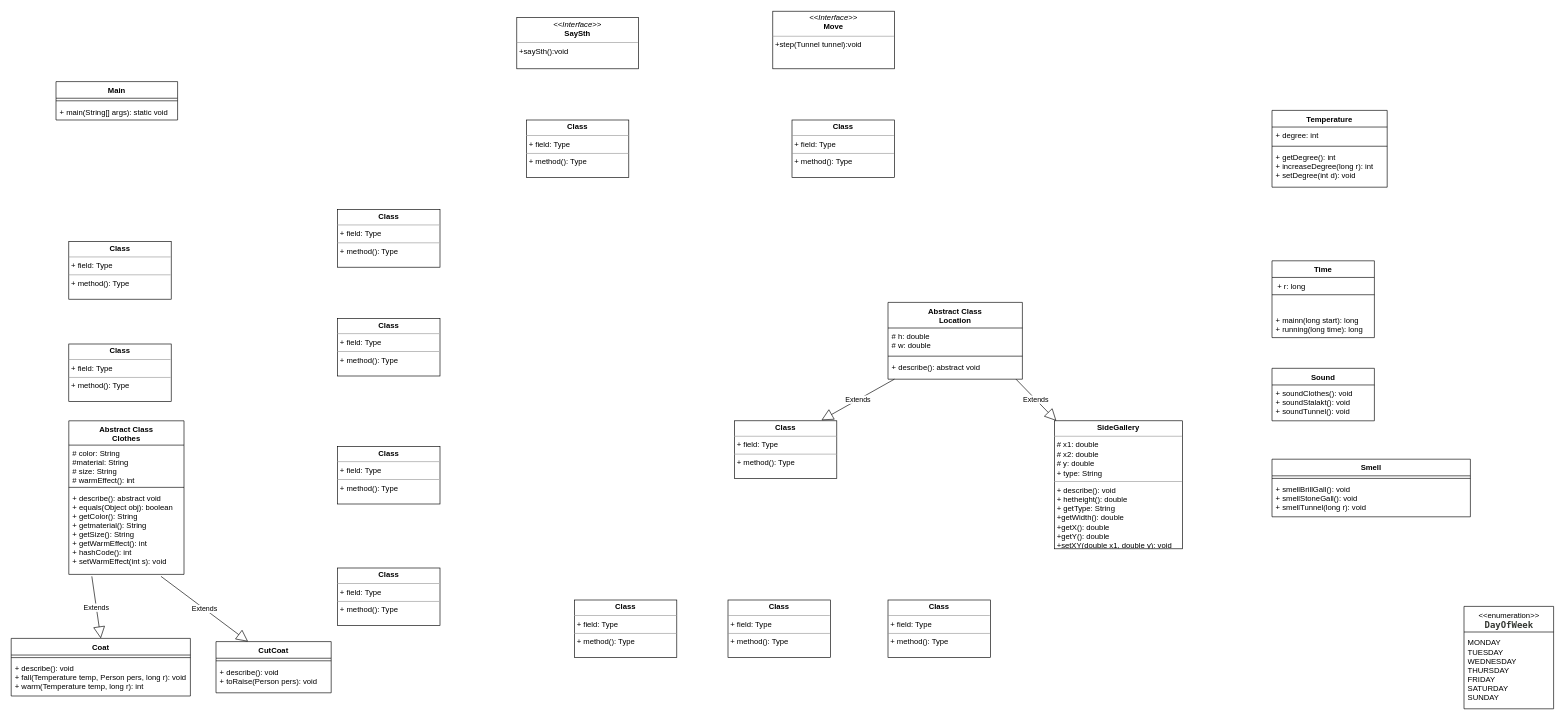
ElenaTrifonova/programming2 keeps this draw.io diagram as Untitled Diagram.drawio. Above is the earlier version. Source tidied: cells renumbered, new cells numbered last; positions are measured from the earlier drawing's top-left corner, leaving out a move shared by most shapes. Both pictures are drawn from the tidied source at 64%, with x=0, y=0 at pixel (11, 11).
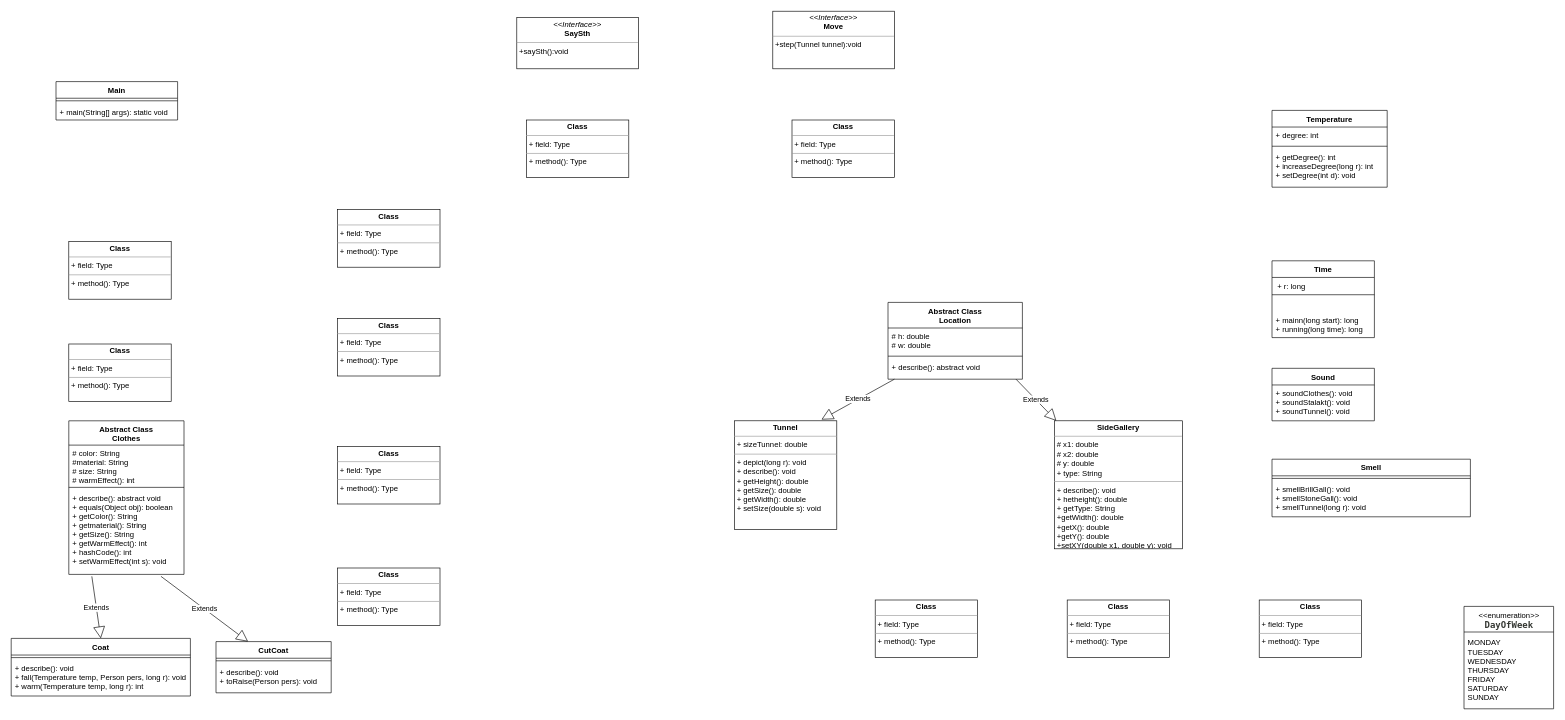
The same diagram, later.

What changed in the source:
```diff
@@
-    <mxCell id="11" value="&lt;p style=&quot;margin:0px;margin-top:4px;text-align:center;&quot;&gt;&lt;b&gt;Class&lt;/b&gt;&lt;/p&gt;&lt;hr size=&quot;1&quot;/&gt;&lt;p style=&quot;margin:0px;margin-left:4px;&quot;&gt;+ field: Type&lt;/p&gt;&lt;hr size=&quot;1&quot;/&gt;&lt;p style=&quot;margin:0px;margin-left:4px;&quot;&gt;+ method(): Type&lt;/p&gt;" style="verticalAlign=top;align=left;overflow=fill;fontSize=12;fontFamily=Helvetica;html=1;" parent="1" vertex="1">
-      <mxGeometry x="1130" y="640" width="160" height="90" as="geometry" />
+    <mxCell id="11" value="&lt;p style=&quot;margin: 0px ; margin-top: 4px ; text-align: center&quot;&gt;&lt;b&gt;Tunnel&lt;/b&gt;&lt;/p&gt;&lt;hr size=&quot;1&quot;&gt;&lt;p style=&quot;margin: 0px ; margin-left: 4px&quot;&gt;+ sizeTunnel: double&lt;/p&gt;&lt;hr size=&quot;1&quot;&gt;&lt;p style=&quot;margin: 0px ; margin-left: 4px&quot;&gt;+ depict(long r): void&lt;/p&gt;&lt;p style=&quot;margin: 0px ; margin-left: 4px&quot;&gt;+ describe(): void&lt;/p&gt;&lt;p style=&quot;margin: 0px ; margin-left: 4px&quot;&gt;+ getHeight(): double&lt;/p&gt;&lt;p style=&quot;margin: 0px ; margin-left: 4px&quot;&gt;+ getSize(): double&lt;/p&gt;&lt;p style=&quot;margin: 0px ; margin-left: 4px&quot;&gt;+ getWidth(): double&lt;/p&gt;&lt;p style=&quot;margin: 0px ; margin-left: 4px&quot;&gt;+ setSize(double s): void&lt;/p&gt;&lt;p style=&quot;margin: 0px ; margin-left: 4px&quot;&gt;&lt;br&gt;&lt;/p&gt;" style="verticalAlign=top;align=left;overflow=fill;fontSize=12;fontFamily=Helvetica;html=1;" parent="1" vertex="1">
+      <mxGeometry x="1130" y="640" width="160" height="170" as="geometry" />
     </mxCell>
@@
     <mxCell id="13" value="&lt;p style=&quot;margin:0px;margin-top:4px;text-align:center;&quot;&gt;&lt;b&gt;Class&lt;/b&gt;&lt;/p&gt;&lt;hr size=&quot;1&quot;/&gt;&lt;p style=&quot;margin:0px;margin-left:4px;&quot;&gt;+ field: Type&lt;/p&gt;&lt;hr size=&quot;1&quot;/&gt;&lt;p style=&quot;margin:0px;margin-left:4px;&quot;&gt;+ method(): Type&lt;/p&gt;" style="verticalAlign=top;align=left;overflow=fill;fontSize=12;fontFamily=Helvetica;html=1;" parent="1" vertex="1">
-      <mxGeometry x="880" y="920" width="160" height="90" as="geometry" />
+      <mxGeometry x="1350" y="920" width="160" height="90" as="geometry" />
     </mxCell>
     <mxCell id="14" value="&lt;p style=&quot;margin:0px;margin-top:4px;text-align:center;&quot;&gt;&lt;b&gt;Class&lt;/b&gt;&lt;/p&gt;&lt;hr size=&quot;1&quot;/&gt;&lt;p style=&quot;margin:0px;margin-left:4px;&quot;&gt;+ field: Type&lt;/p&gt;&lt;hr size=&quot;1&quot;/&gt;&lt;p style=&quot;margin:0px;margin-left:4px;&quot;&gt;+ method(): Type&lt;/p&gt;" style="verticalAlign=top;align=left;overflow=fill;fontSize=12;fontFamily=Helvetica;html=1;" parent="1" vertex="1">
-      <mxGeometry x="1120" y="920" width="160" height="90" as="geometry" />
+      <mxGeometry x="1650" y="920" width="160" height="90" as="geometry" />
     </mxCell>
     <mxCell id="15" value="&lt;p style=&quot;margin:0px;margin-top:4px;text-align:center;&quot;&gt;&lt;b&gt;Class&lt;/b&gt;&lt;/p&gt;&lt;hr size=&quot;1&quot;/&gt;&lt;p style=&quot;margin:0px;margin-left:4px;&quot;&gt;+ field: Type&lt;/p&gt;&lt;hr size=&quot;1&quot;/&gt;&lt;p style=&quot;margin:0px;margin-left:4px;&quot;&gt;+ method(): Type&lt;/p&gt;" style="verticalAlign=top;align=left;overflow=fill;fontSize=12;fontFamily=Helvetica;html=1;" parent="1" vertex="1">
-      <mxGeometry x="1370" y="920" width="160" height="90" as="geometry" />
+      <mxGeometry x="1950" y="920" width="160" height="90" as="geometry" />
     </mxCell>
```
